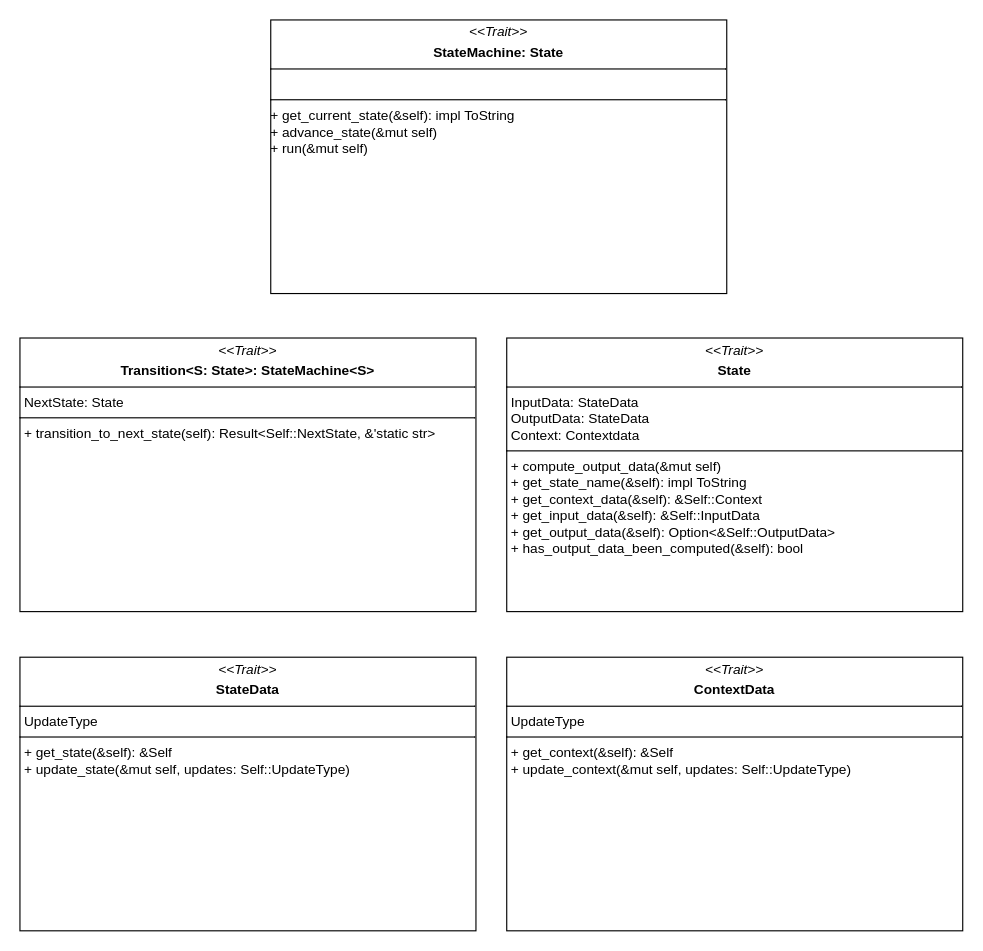
Earlier version of the draw.io diagram design/uml_class_diagram/state_machine.drawio (DeCa09/state_machine). Source tidied: cells renumbered, new cells numbered last; positions are measured from the earlier drawing's top-left corner, leaving out a move shared by most shapes. Both pictures are drawn from the tidied source at 114%, with x=0, y=0 at pixel (19, 19).
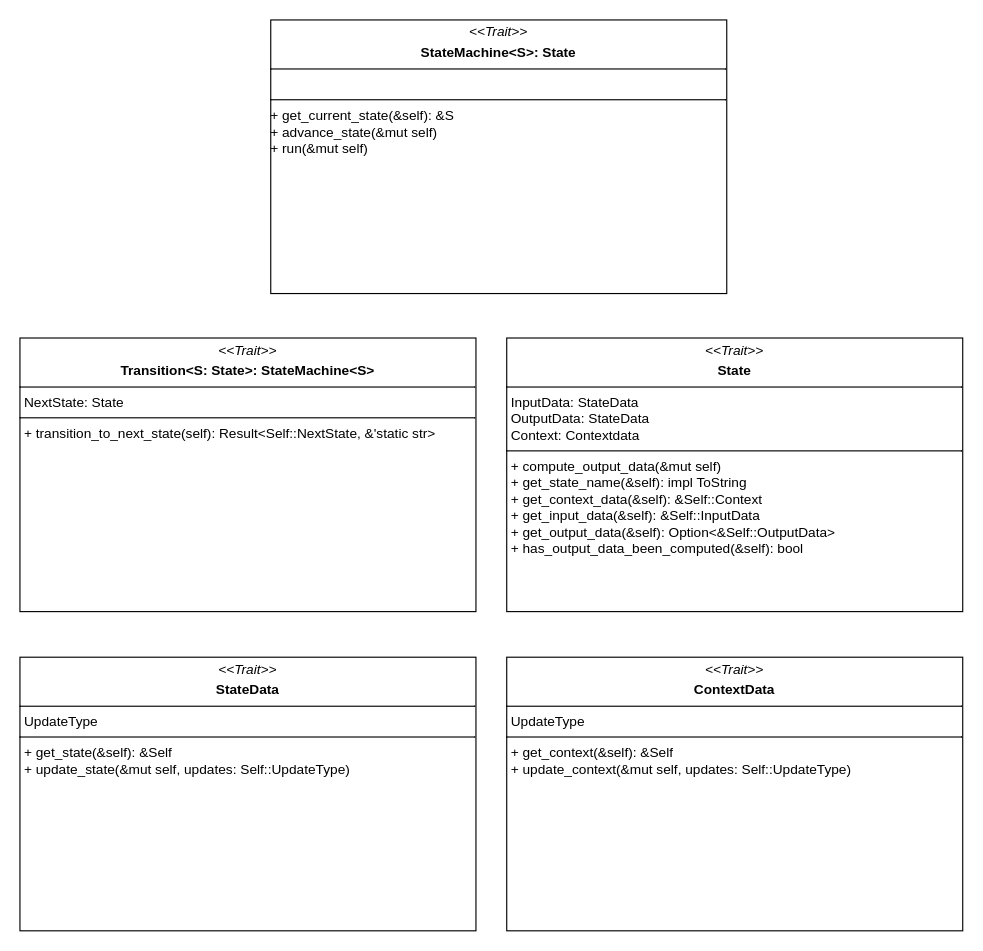
The same page after the edit.

Commit message (it also covers changes not shown here):
design: updated architecture diagram

Diff of the diagram source:
```diff
@@
 <mxGraphModel>
   <root>
     <mxCell id="0" />
     <mxCell id="1" parent="0" />
     <mxCell id="2" value="&lt;p style=&quot;margin:0px;margin-top:4px;text-align:center;&quot;&gt;&lt;i&gt;&amp;lt;&amp;lt;Trait&amp;gt;&amp;gt;&lt;/i&gt;&lt;/p&gt;&lt;p style=&quot;margin:0px;margin-top:4px;text-align:center;&quot;&gt;&lt;b&gt;State&lt;/b&gt;&lt;br&gt;&lt;/p&gt;&lt;hr size=&quot;1&quot; style=&quot;border-style:solid;&quot;&gt;&lt;p style=&quot;margin:0px;margin-left:4px;&quot;&gt;InputData: StateData&lt;br&gt;OutputData: StateData&lt;/p&gt;&lt;p style=&quot;margin:0px;margin-left:4px;&quot;&gt;Context: Contextdata&lt;br&gt;&lt;/p&gt;&lt;hr size=&quot;1&quot; style=&quot;border-style:solid;&quot;&gt;&lt;p style=&quot;margin:0px;margin-left:4px;&quot;&gt;+ compute_output_data(&amp;amp;mut self)&lt;/p&gt;&lt;p style=&quot;margin:0px;margin-left:4px;&quot;&gt;+ get_state_name(&amp;amp;self): impl ToString&lt;br&gt;&lt;/p&gt;&lt;p style=&quot;margin:0px;margin-left:4px;&quot;&gt;+ get_context_data(&amp;amp;self): &amp;amp;Self::Context&lt;/p&gt;&lt;p style=&quot;margin:0px;margin-left:4px;&quot;&gt;+ get_input_data(&amp;amp;self): &amp;amp;Self::InputData&lt;/p&gt;&lt;p style=&quot;margin:0px;margin-left:4px;&quot;&gt;+ get_output_data(&amp;amp;self): Option&amp;lt;&amp;amp;Self::OutputData&amp;gt;&lt;/p&gt;&lt;p style=&quot;margin:0px;margin-left:4px;&quot;&gt;+ has_output_data_been_computed(&amp;amp;self): bool&lt;/p&gt;&lt;p style=&quot;margin:0px;margin-left:4px;&quot;&gt;&lt;/p&gt;&lt;p style=&quot;margin:0px;margin-left:4px;&quot;&gt;&lt;/p&gt;&lt;p style=&quot;margin:0px;margin-left:4px;&quot;&gt;&lt;/p&gt;" style="verticalAlign=top;align=left;overflow=fill;html=1;whiteSpace=wrap;" parent="1" vertex="1">
       <mxGeometry x="427" y="279" width="400" height="240" as="geometry" />
     </mxCell>
     <mxCell id="3" value="&lt;p style=&quot;margin:0px;margin-top:4px;text-align:center;&quot;&gt;&lt;i&gt;&amp;lt;&amp;lt;Trait&amp;gt;&amp;gt;&lt;/i&gt;&lt;/p&gt;&lt;p style=&quot;margin:0px;margin-top:4px;text-align:center;&quot;&gt;&lt;b&gt;ContextData&lt;/b&gt;&lt;br&gt;&lt;/p&gt;&lt;hr size=&quot;1&quot; style=&quot;border-style:solid;&quot;&gt;&lt;p style=&quot;margin:0px;margin-left:4px;&quot;&gt;UpdateType&lt;br&gt;&lt;/p&gt;&lt;hr size=&quot;1&quot; style=&quot;border-style:solid;&quot;&gt;&lt;p style=&quot;margin:0px;margin-left:4px;&quot;&gt;+ get_context(&amp;amp;self): &amp;amp;Self&lt;br&gt;&lt;/p&gt;&lt;p style=&quot;margin:0px;margin-left:4px;&quot;&gt;+ update_context(&amp;amp;mut self, updates: Self::UpdateType)&lt;/p&gt;&lt;p style=&quot;margin:0px;margin-left:4px;&quot;&gt;&lt;br&gt;&lt;/p&gt;&lt;p style=&quot;margin:0px;margin-left:4px;&quot;&gt;&lt;/p&gt;&lt;p style=&quot;margin:0px;margin-left:4px;&quot;&gt;&lt;/p&gt;&lt;p style=&quot;margin:0px;margin-left:4px;&quot;&gt;&lt;/p&gt;" style="verticalAlign=top;align=left;overflow=fill;html=1;whiteSpace=wrap;" parent="1" vertex="1">
       <mxGeometry x="427" y="559" width="400" height="240" as="geometry" />
     </mxCell>
     <mxCell id="4" value="&lt;p style=&quot;margin:0px;margin-top:4px;text-align:center;&quot;&gt;&lt;i&gt;&amp;lt;&amp;lt;Trait&amp;gt;&amp;gt;&lt;/i&gt;&lt;/p&gt;&lt;p style=&quot;margin:0px;margin-top:4px;text-align:center;&quot;&gt;&lt;b&gt;StateData&lt;/b&gt;&lt;br&gt;&lt;/p&gt;&lt;hr size=&quot;1&quot; style=&quot;border-style:solid;&quot;&gt;&lt;p style=&quot;margin:0px;margin-left:4px;&quot;&gt;UpdateType&lt;br&gt;&lt;/p&gt;&lt;hr size=&quot;1&quot; style=&quot;border-style:solid;&quot;&gt;&lt;p style=&quot;margin:0px;margin-left:4px;&quot;&gt;+ get_state(&amp;amp;self): &amp;amp;Self&lt;br&gt;&lt;/p&gt;&lt;p style=&quot;margin:0px;margin-left:4px;&quot;&gt;+ update_state(&amp;amp;mut self, updates: Self::UpdateType)&lt;/p&gt;&lt;p style=&quot;margin:0px;margin-left:4px;&quot;&gt;&lt;br&gt;&lt;/p&gt;&lt;p style=&quot;margin:0px;margin-left:4px;&quot;&gt;&lt;/p&gt;&lt;p style=&quot;margin:0px;margin-left:4px;&quot;&gt;&lt;/p&gt;&lt;p style=&quot;margin:0px;margin-left:4px;&quot;&gt;&lt;/p&gt;" style="verticalAlign=top;align=left;overflow=fill;html=1;whiteSpace=wrap;" parent="1" vertex="1">
       <mxGeometry y="559" width="400" height="240" as="geometry" />
     </mxCell>
-    <mxCell id="5" value="&lt;p style=&quot;margin:0px;margin-top:4px;text-align:center;&quot;&gt;&lt;i&gt;&amp;lt;&amp;lt;Trait&amp;gt;&amp;gt;&lt;/i&gt;&lt;/p&gt;&lt;p style=&quot;margin:0px;margin-top:4px;text-align:center;&quot;&gt;&lt;b&gt;StateMachine: State&lt;/b&gt;&lt;br&gt;&lt;/p&gt;&lt;hr size=&quot;1&quot; style=&quot;border-style:solid;&quot;&gt;&lt;br&gt;&lt;hr size=&quot;1&quot; style=&quot;border-style:solid;&quot;&gt;&lt;div&gt;+ get_current_state(&amp;amp;self): impl ToString&lt;br&gt;&lt;/div&gt;&lt;div&gt;+ advance_state(&amp;amp;mut self)&lt;/div&gt;&lt;div&gt;+ run(&amp;amp;mut self)&lt;/div&gt;&lt;p style=&quot;margin:0px;margin-left:4px;&quot;&gt;&lt;/p&gt;&lt;p style=&quot;margin:0px;margin-left:4px;&quot;&gt;&lt;/p&gt;&lt;p style=&quot;margin:0px;margin-left:4px;&quot;&gt;&lt;/p&gt;" style="verticalAlign=top;align=left;overflow=fill;html=1;whiteSpace=wrap;" parent="1" vertex="1">
+    <mxCell id="5" value="&lt;p style=&quot;margin:0px;margin-top:4px;text-align:center;&quot;&gt;&lt;i&gt;&amp;lt;&amp;lt;Trait&amp;gt;&amp;gt;&lt;/i&gt;&lt;/p&gt;&lt;p style=&quot;margin:0px;margin-top:4px;text-align:center;&quot;&gt;&lt;b&gt;StateMachine&amp;lt;S&amp;gt;: State&lt;/b&gt;&lt;br&gt;&lt;/p&gt;&lt;hr size=&quot;1&quot; style=&quot;border-style:solid;&quot;&gt;&lt;br&gt;&lt;hr size=&quot;1&quot; style=&quot;border-style:solid;&quot;&gt;&lt;div&gt;+ get_current_state(&amp;amp;self): &amp;amp;S&lt;br&gt;&lt;/div&gt;&lt;div&gt;+ advance_state(&amp;amp;mut self)&lt;/div&gt;&lt;div&gt;+ run(&amp;amp;mut self)&lt;/div&gt;&lt;p style=&quot;margin:0px;margin-left:4px;&quot;&gt;&lt;/p&gt;&lt;p style=&quot;margin:0px;margin-left:4px;&quot;&gt;&lt;/p&gt;&lt;p style=&quot;margin:0px;margin-left:4px;&quot;&gt;&lt;/p&gt;" style="verticalAlign=top;align=left;overflow=fill;html=1;whiteSpace=wrap;" parent="1" vertex="1">
       <mxGeometry x="220" width="400" height="240" as="geometry" />
     </mxCell>
     <mxCell id="6" value="&lt;p style=&quot;margin:0px;margin-top:4px;text-align:center;&quot;&gt;&lt;i&gt;&amp;lt;&amp;lt;Trait&amp;gt;&amp;gt;&lt;/i&gt;&lt;/p&gt;&lt;p style=&quot;margin:0px;margin-top:4px;text-align:center;&quot;&gt;&lt;b&gt;Transition&amp;lt;S: State&amp;gt;: StateMachine&amp;lt;S&amp;gt;&lt;/b&gt;&lt;br&gt;&lt;/p&gt;&lt;hr size=&quot;1&quot; style=&quot;border-style:solid;&quot;&gt;&lt;p style=&quot;margin:0px;margin-left:4px;&quot;&gt;NextState: State&lt;/p&gt;&lt;hr size=&quot;1&quot; style=&quot;border-style:solid;&quot;&gt;&lt;p style=&quot;margin:0px;margin-left:4px;&quot;&gt;+ transition_to_next_state(self): Result&amp;lt;Self::NextState, &amp;amp;'static str&amp;gt;&lt;br&gt;&lt;/p&gt;&lt;p style=&quot;margin:0px;margin-left:4px;&quot;&gt;&lt;/p&gt;&lt;p style=&quot;margin:0px;margin-left:4px;&quot;&gt;&lt;/p&gt;&lt;p style=&quot;margin:0px;margin-left:4px;&quot;&gt;&lt;/p&gt;" style="verticalAlign=top;align=left;overflow=fill;html=1;whiteSpace=wrap;" parent="1" vertex="1">
       <mxGeometry y="279" width="400" height="240" as="geometry" />
     </mxCell>
   </root>
 </mxGraphModel>
```
